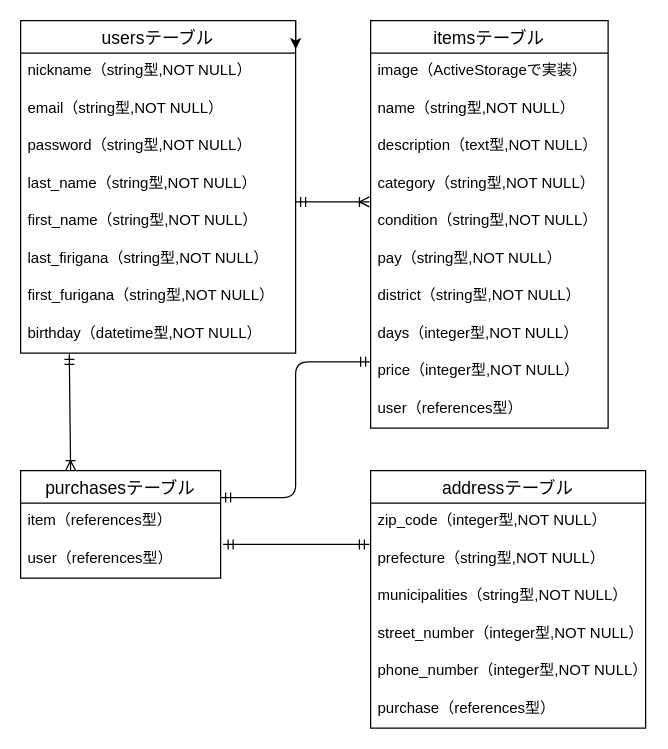
Earlier version of the draw.io diagram test.dio (mitoshima0913/furima-35500-2). Source tidied: cells renumbered, new cells numbered last; positions are measured from the earlier drawing's top-left corner, leaving out a move shared by most shapes. Both pictures are drawn from the tidied source at 125%, with x=0, y=0 at pixel (20, 20).
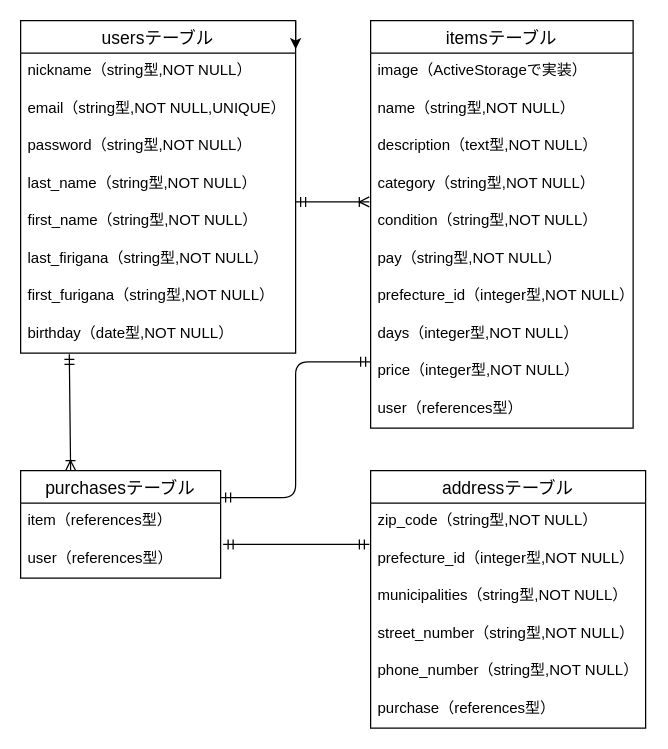
The same diagram, later.

The change refers to these unchanged cells:
```xml
<mxCell id="2" value="usersテーブル" style="swimlane;fontStyle=0;horizontal=1;startSize=26;align=center;fontSize=14;" parent="1" vertex="1">
  <mxGeometry width="220" height="266" as="geometry" />
</mxCell>
<mxCell id="26" value="addressテーブル" style="swimlane;fontStyle=0;horizontal=1;startSize=26;align=center;fontSize=14;" parent="1" vertex="1">
  <mxGeometry x="280" y="360" width="220" height="206" as="geometry" />
</mxCell>
```

The edit, as a diff of the source:
```diff
@@
-    <mxCell id="4" value="email（string型,NOT NULL）" style="text;strokeColor=none;fillColor=none;spacingLeft=4;spacingRight=4;overflow=hidden;fontSize=12;" parent="2" vertex="1">
+    <mxCell id="4" value="email（string型,NOT NULL,UNIQUE）" style="text;strokeColor=none;fillColor=none;spacingLeft=4;spacingRight=4;overflow=hidden;fontSize=12;" parent="2" vertex="1">
       <mxGeometry y="56" width="220" height="30" as="geometry" />
     </mxCell>
@@
-    <mxCell id="10" value="birthday（datetime型,NOT NULL）" style="text;strokeColor=none;fillColor=none;spacingLeft=4;spacingRight=4;overflow=hidden;points=[[0,0.5],[1,0.5]];portConstraint=eastwest;fontSize=12;" parent="2" vertex="1">
+    <mxCell id="10" value="birthday（date型,NOT NULL）" style="text;strokeColor=none;fillColor=none;spacingLeft=4;spacingRight=4;overflow=hidden;points=[[0,0.5],[1,0.5]];portConstraint=eastwest;fontSize=12;" parent="2" vertex="1">
       <mxGeometry y="236" width="220" height="30" as="geometry" />
     </mxCell>
@@
     <mxCell id="12" value="itemsテーブル" style="swimlane;fontStyle=0;horizontal=1;startSize=26;align=center;fontSize=14;" parent="1" vertex="1">
-      <mxGeometry x="280" width="190" height="326" as="geometry" />
+      <mxGeometry x="280" width="210" height="326" as="geometry" />
     </mxCell>
     <mxCell id="13" value="image（ActiveStorageで実装）" style="text;strokeColor=none;fillColor=none;spacingLeft=4;spacingRight=4;overflow=hidden;fontSize=12;" parent="12" vertex="1">
-      <mxGeometry y="26" width="190" height="30" as="geometry" />
+      <mxGeometry y="26" width="210" height="30" as="geometry" />
     </mxCell>
     <mxCell id="14" value="name（string型,NOT NULL）" style="text;strokeColor=none;fillColor=none;spacingLeft=4;spacingRight=4;overflow=hidden;fontSize=12;" parent="12" vertex="1">
-      <mxGeometry y="56" width="190" height="30" as="geometry" />
+      <mxGeometry y="56" width="210" height="30" as="geometry" />
     </mxCell>
     <mxCell id="15" value="description（text型,NOT NULL）" style="text;strokeColor=none;fillColor=none;spacingLeft=4;spacingRight=4;overflow=hidden;fontSize=12;" parent="12" vertex="1">
-      <mxGeometry y="86" width="190" height="30" as="geometry" />
+      <mxGeometry y="86" width="210" height="30" as="geometry" />
     </mxCell>
     <mxCell id="16" value="category（string型,NOT NULL）" style="text;strokeColor=none;fillColor=none;spacingLeft=4;spacingRight=4;overflow=hidden;points=[[0,0.5],[1,0.5]];portConstraint=eastwest;fontSize=12;" parent="12" vertex="1">
-      <mxGeometry y="116" width="190" height="30" as="geometry" />
+      <mxGeometry y="116" width="210" height="30" as="geometry" />
     </mxCell>
     <mxCell id="17" value="condition（string型,NOT NULL）" style="text;strokeColor=none;fillColor=none;spacingLeft=4;spacingRight=4;overflow=hidden;fontSize=12;" parent="12" vertex="1">
-      <mxGeometry y="146" width="190" height="30" as="geometry" />
+      <mxGeometry y="146" width="210" height="30" as="geometry" />
     </mxCell>
     <mxCell id="18" value="pay（string型,NOT NULL）" style="text;strokeColor=none;fillColor=none;spacingLeft=4;spacingRight=4;overflow=hidden;fontSize=12;" parent="12" vertex="1">
-      <mxGeometry y="176" width="190" height="30" as="geometry" />
+      <mxGeometry y="176" width="210" height="30" as="geometry" />
     </mxCell>
-    <mxCell id="19" value="district（string型,NOT NULL）" style="text;strokeColor=none;fillColor=none;spacingLeft=4;spacingRight=4;overflow=hidden;fontSize=12;" parent="12" vertex="1">
-      <mxGeometry y="206" width="190" height="30" as="geometry" />
+    <mxCell id="19" value="prefecture_id（integer型,NOT NULL）" style="text;strokeColor=none;fillColor=none;spacingLeft=4;spacingRight=4;overflow=hidden;fontSize=12;" parent="12" vertex="1">
+      <mxGeometry y="206" width="210" height="30" as="geometry" />
     </mxCell>
     <mxCell id="20" value="days（integer型,NOT NULL）" style="text;strokeColor=none;fillColor=none;spacingLeft=4;spacingRight=4;overflow=hidden;fontSize=12;" parent="12" vertex="1">
-      <mxGeometry y="236" width="190" height="30" as="geometry" />
+      <mxGeometry y="236" width="210" height="30" as="geometry" />
     </mxCell>
     <mxCell id="21" value="price（integer型,NOT NULL）" style="text;strokeColor=none;fillColor=none;spacingLeft=4;spacingRight=4;overflow=hidden;points=[[0,0.5],[1,0.5]];portConstraint=eastwest;fontSize=12;" parent="12" vertex="1">
-      <mxGeometry y="266" width="190" height="30" as="geometry" />
+      <mxGeometry y="266" width="210" height="30" as="geometry" />
     </mxCell>
     <mxCell id="22" value="user（references型）" style="text;strokeColor=none;fillColor=none;spacingLeft=4;spacingRight=4;overflow=hidden;fontSize=12;" parent="12" vertex="1">
-      <mxGeometry y="296" width="190" height="30" as="geometry" />
+      <mxGeometry y="296" width="210" height="30" as="geometry" />
     </mxCell>
@@
-    <mxCell id="27" value="zip_code（integer型,NOT NULL）" style="text;strokeColor=none;fillColor=none;spacingLeft=4;spacingRight=4;overflow=hidden;fontSize=12;" parent="26" vertex="1">
+    <mxCell id="27" value="zip_code（string型,NOT NULL）" style="text;strokeColor=none;fillColor=none;spacingLeft=4;spacingRight=4;overflow=hidden;fontSize=12;" parent="26" vertex="1">
       <mxGeometry y="26" width="220" height="30" as="geometry" />
     </mxCell>
-    <mxCell id="28" value="prefecture（string型,NOT NULL）" style="text;strokeColor=none;fillColor=none;spacingLeft=4;spacingRight=4;overflow=hidden;fontSize=12;" parent="26" vertex="1">
+    <mxCell id="28" value="prefecture_id（integer型,NOT NULL）" style="text;strokeColor=none;fillColor=none;spacingLeft=4;spacingRight=4;overflow=hidden;fontSize=12;" parent="26" vertex="1">
       <mxGeometry y="56" width="220" height="30" as="geometry" />
     </mxCell>
@@
-    <mxCell id="30" value="street_number（integer型,NOT NULL）" style="text;strokeColor=none;fillColor=none;spacingLeft=4;spacingRight=4;overflow=hidden;fontSize=12;" parent="26" vertex="1">
+    <mxCell id="30" value="street_number（string型,NOT NULL）" style="text;strokeColor=none;fillColor=none;spacingLeft=4;spacingRight=4;overflow=hidden;fontSize=12;" parent="26" vertex="1">
       <mxGeometry y="116" width="220" height="30" as="geometry" />
     </mxCell>
-    <mxCell id="31" value="phone_number（integer型,NOT NULL）" style="text;strokeColor=none;fillColor=none;spacingLeft=4;spacingRight=4;overflow=hidden;fontSize=12;" parent="26" vertex="1">
+    <mxCell id="31" value="phone_number（string型,NOT NULL）" style="text;strokeColor=none;fillColor=none;spacingLeft=4;spacingRight=4;overflow=hidden;fontSize=12;" parent="26" vertex="1">
       <mxGeometry y="146" width="220" height="30" as="geometry" />
     </mxCell>
```
